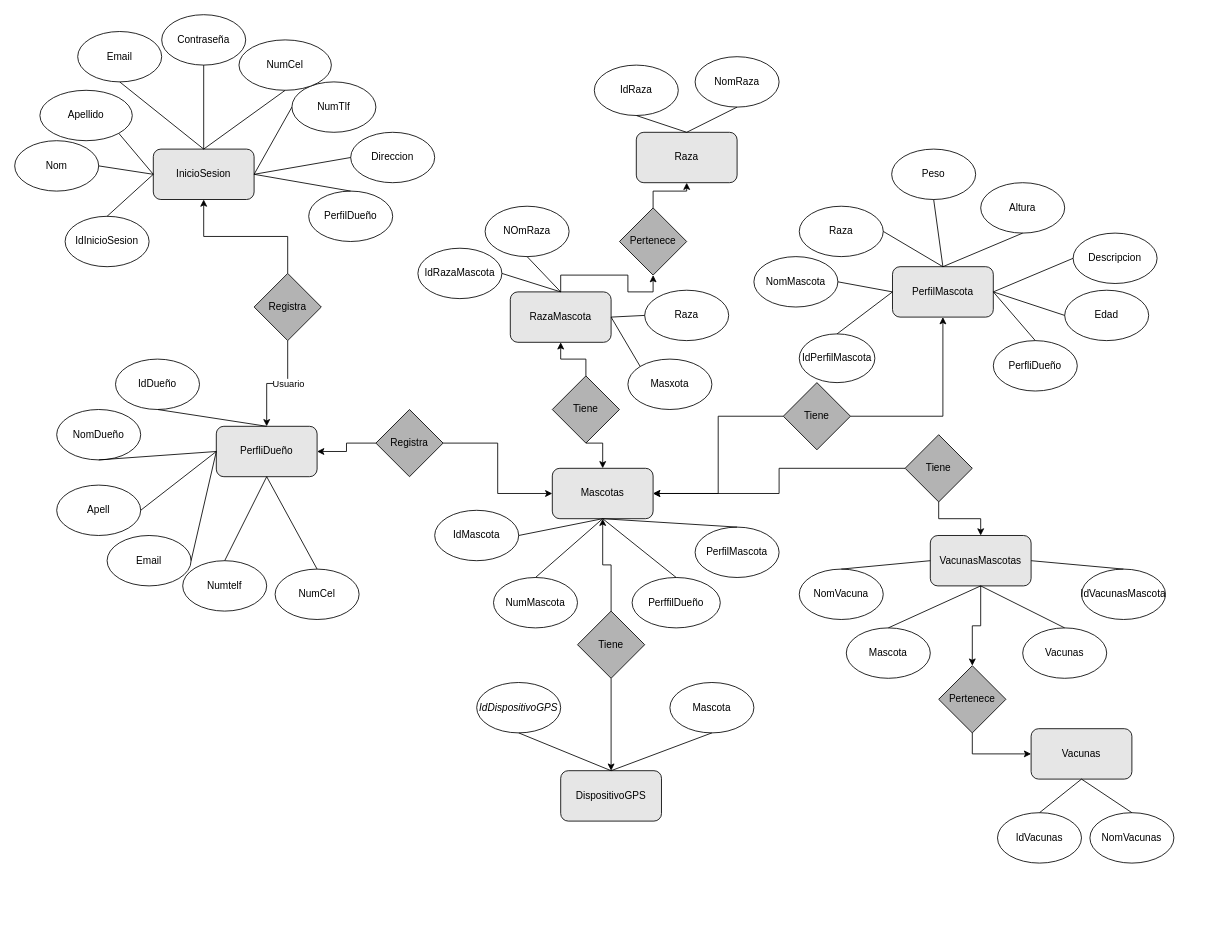
This is Documentacion/Diagramas/Diagrama de flujo Dacky.drawio from smiling011/ProyectoDacky, a draw.io file, before an edit. Source tidied: cells renumbered, new cells numbered last; positions are measured from the earlier drawing's top-left corner, leaving out a move shared by most shapes. Both pictures are drawn from the tidied source at 84%, with x=0, y=0 at pixel (14, 14).
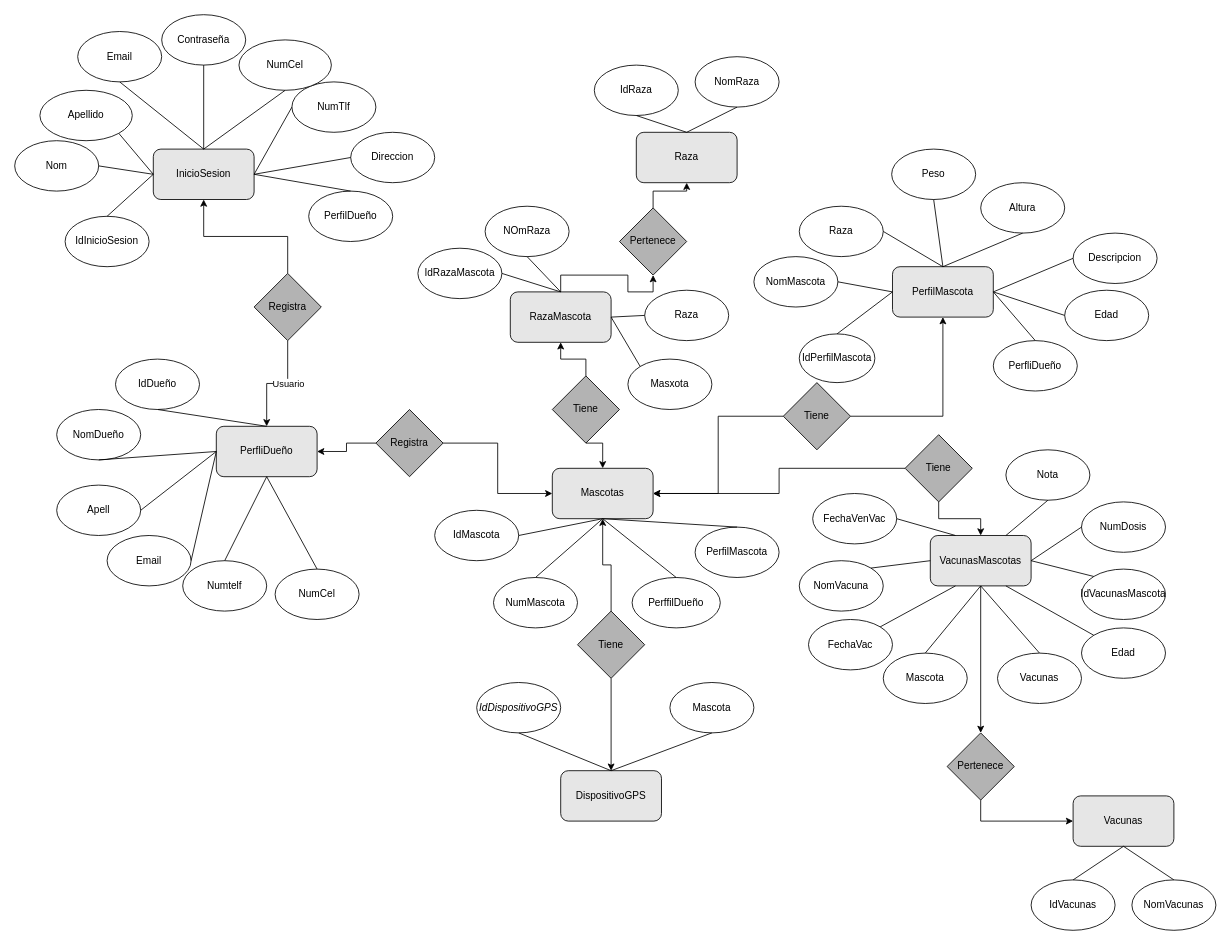
The same diagram, later.

Unchanged cells that the change refers to:
```xml
<mxCell id="6" value="VacunasMascotas" style="rounded=1;whiteSpace=wrap;html=1;fillColor=#E6E6E6;" parent="1" vertex="1">
  <mxGeometry x="1090" y="620" width="120" height="60" as="geometry" />
</mxCell>
<mxCell id="50" value="IdVacunasMascota" style="ellipse;whiteSpace=wrap;html=1;fillColor=#FFFFFF;" parent="1" vertex="1">
  <mxGeometry x="1270" y="660" width="100" height="60" as="geometry" />
</mxCell>
```

What changed in the source:
```diff
@@
     <mxCell id="4" value="Vacunas" style="rounded=1;whiteSpace=wrap;html=1;fillColor=#E6E6E6;" parent="1" vertex="1">
-      <mxGeometry x="1210" y="850" width="120" height="60" as="geometry" />
+      <mxGeometry x="1260" y="930" width="120" height="60" as="geometry" />
     </mxCell>
@@
     <mxCell id="48" value="IdVacunas" style="ellipse;whiteSpace=wrap;html=1;fillColor=#FFFFFF;" parent="1" vertex="1">
-      <mxGeometry x="1170" y="950" width="100" height="60" as="geometry" />
+      <mxGeometry x="1210" y="1030" width="100" height="60" as="geometry" />
     </mxCell>
     <mxCell id="49" value="NomVacunas" style="ellipse;whiteSpace=wrap;html=1;fillColor=#FFFFFF;" parent="1" vertex="1">
-      <mxGeometry x="1280" y="950" width="100" height="60" as="geometry" />
+      <mxGeometry x="1330" y="1030" width="100" height="60" as="geometry" />
     </mxCell>
@@
     <mxCell id="51" value="Vacunas" style="ellipse;whiteSpace=wrap;html=1;fillColor=#FFFFFF;" parent="1" vertex="1">
-      <mxGeometry x="1200" y="730" width="100" height="60" as="geometry" />
+      <mxGeometry x="1170" y="760" width="100" height="60" as="geometry" />
     </mxCell>
     <mxCell id="52" value="Mascota" style="ellipse;whiteSpace=wrap;html=1;fillColor=#FFFFFF;" parent="1" vertex="1">
-      <mxGeometry x="990" y="730" width="100" height="60" as="geometry" />
+      <mxGeometry x="1034" y="760" width="100" height="60" as="geometry" />
     </mxCell>
     <mxCell id="53" value="NomVacuna" style="ellipse;whiteSpace=wrap;html=1;fillColor=#FFFFFF;" parent="1" vertex="1">
-      <mxGeometry x="934" y="660" width="100" height="60" as="geometry" />
+      <mxGeometry x="934" y="650" width="100" height="60" as="geometry" />
     </mxCell>
@@
-    <mxCell id="87" style="endArrow=none;html=1;rounded=0;exitX=1;exitY=0.5;exitDx=0;exitDy=0;entryX=0.5;entryY=0;entryDx=0;entryDy=0;fillColor=#FFFFFF;" parent="1" edge="1" source="6" target="50">
+    <mxCell id="87" style="endArrow=none;html=1;rounded=0;exitX=1;exitY=0.5;exitDx=0;exitDy=0;entryX=0;entryY=0;entryDx=0;entryDy=0;fillColor=#FFFFFF;" parent="1" edge="1" source="6" target="50">
       <mxGeometry relative="1" as="geometry" />
     </mxCell>
-    <mxCell id="88" style="endArrow=none;html=1;rounded=0;exitX=0.5;exitY=0;exitDx=0;exitDy=0;entryX=0;entryY=0.5;entryDx=0;entryDy=0;fillColor=#FFFFFF;" parent="1" edge="1" source="53" target="6">
+    <mxCell id="88" style="endArrow=none;html=1;rounded=0;exitX=1;exitY=0;exitDx=0;exitDy=0;entryX=0;entryY=0.5;entryDx=0;entryDy=0;fillColor=#FFFFFF;" parent="1" edge="1" source="53" target="6">
       <mxGeometry relative="1" as="geometry" />
     </mxCell>
@@
     <mxCell id="111" value="Pertenece" style="rhombus;whiteSpace=wrap;html=1;fillColor=#B3B3B3;" parent="1" vertex="1">
-      <mxGeometry x="1100" y="775" width="80" height="80" as="geometry" />
+      <mxGeometry x="1110" y="855" width="80" height="80" as="geometry" />
     </mxCell>
@@
+    <mxCell id="118" value="NumDosis" style="ellipse;whiteSpace=wrap;html=1;fillColor=#FFFFFF;" parent="1" vertex="1">
+      <mxGeometry x="1270" y="580" width="100" height="60" as="geometry" />
+    </mxCell>
+    <mxCell id="119" value="FechaVac" style="ellipse;whiteSpace=wrap;html=1;fillColor=#FFFFFF;" parent="1" vertex="1">
+      <mxGeometry x="945" y="720" width="100" height="60" as="geometry" />
+    </mxCell>
+    <mxCell id="120" value="FechaVenVac" style="ellipse;whiteSpace=wrap;html=1;fillColor=#FFFFFF;" parent="1" vertex="1">
+      <mxGeometry x="950" y="570" width="100" height="60" as="geometry" />
+    </mxCell>
+    <mxCell id="121" value="Edad" style="ellipse;whiteSpace=wrap;html=1;fillColor=#FFFFFF;" parent="1" vertex="1">
+      <mxGeometry x="1270" y="730" width="100" height="60" as="geometry" />
+    </mxCell>
+    <mxCell id="122" value="Nota" style="ellipse;whiteSpace=wrap;html=1;fillColor=#FFFFFF;" parent="1" vertex="1">
+      <mxGeometry x="1180" y="518" width="100" height="60" as="geometry" />
+    </mxCell>
+    <mxCell id="123" style="endArrow=none;html=1;rounded=0;entryX=0.5;entryY=1;entryDx=0;entryDy=0;exitX=0.75;exitY=0;exitDx=0;exitDy=0;" parent="1" edge="1" source="6" target="122">
+      <mxGeometry relative="1" as="geometry" />
+    </mxCell>
+    <mxCell id="124" style="endArrow=none;html=1;rounded=0;entryX=1;entryY=0.5;entryDx=0;entryDy=0;exitX=0.25;exitY=0;exitDx=0;exitDy=0;" parent="1" edge="1" source="6" target="120">
+      <mxGeometry relative="1" as="geometry" />
+    </mxCell>
+    <mxCell id="125" style="endArrow=none;html=1;rounded=0;exitX=1;exitY=0;exitDx=0;exitDy=0;entryX=0.25;entryY=1;entryDx=0;entryDy=0;" parent="1" edge="1" source="119" target="6">
+      <mxGeometry relative="1" as="geometry" />
+    </mxCell>
+    <mxCell id="126" style="endArrow=none;html=1;rounded=0;entryX=0;entryY=0;entryDx=0;entryDy=0;exitX=0.75;exitY=1;exitDx=0;exitDy=0;" parent="1" edge="1" source="6" target="121">
+      <mxGeometry relative="1" as="geometry" />
+    </mxCell>
+    <mxCell id="127" style="endArrow=none;html=1;rounded=0;exitX=0;exitY=0.5;exitDx=0;exitDy=0;entryX=1;entryY=0.5;entryDx=0;entryDy=0;" parent="1" edge="1" source="118" target="6">
+      <mxGeometry relative="1" as="geometry" />
+    </mxCell>
```
